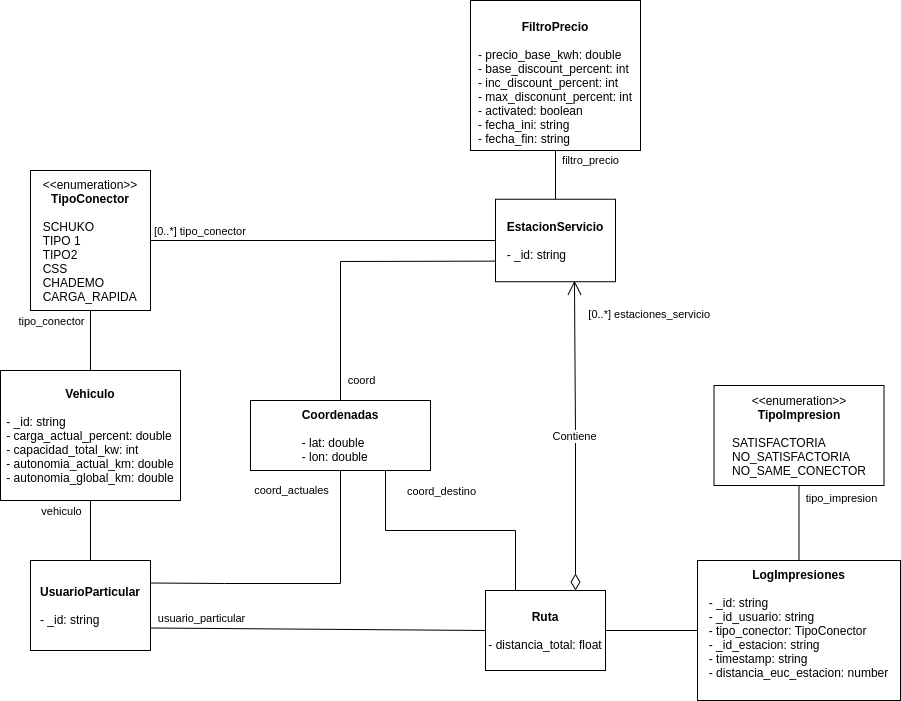
Above: doc/img/diagrama-clases-v1.png in DomingoLopez/Charge-Your-Travel (draw.io), before the change. Source tidied: cells renumbered, new cells last; positions are measured from the earlier drawing's top-left corner, leaving out a move shared by most shapes.
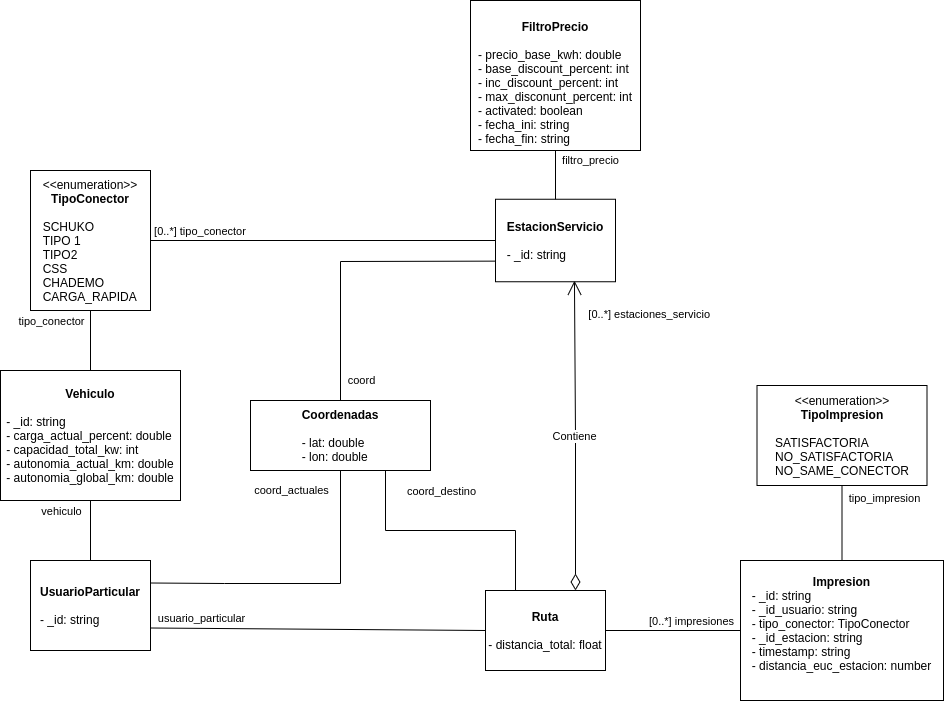
After the commit.

Commit message:
closes #26; Implementada clase Impresion

Change to the diagram source:
```diff
@@ -104,14 +104,19 @@
         <mxPoint x="52" y="3" as="offset" />
       </mxGeometry>
     </mxCell>
-    <mxCell id="26" value="&lt;b&gt;LogImpresiones&lt;/b&gt;&lt;br&gt;&lt;br&gt;&lt;div style=&quot;text-align: left&quot;&gt;- _id: string&lt;/div&gt;&lt;div style=&quot;text-align: left&quot;&gt;- _id_usuario: string&lt;/div&gt;&lt;div style=&quot;text-align: left&quot;&gt;- tipo_conector: TipoConector&lt;/div&gt;&lt;div style=&quot;text-align: left&quot;&gt;- _id_estacion: string&lt;/div&gt;&lt;div style=&quot;text-align: left&quot;&gt;- timestamp: string&lt;/div&gt;&lt;div style=&quot;text-align: left&quot;&gt;- distancia_euc_estacion: number&lt;/div&gt;&lt;div style=&quot;text-align: left&quot;&gt;&lt;br&gt;&lt;/div&gt;" style="rounded=0;whiteSpace=wrap;html=1;align=center;" parent="1" vertex="1">
-      <mxGeometry x="697" y="560" width="203" height="140" as="geometry" />
+    <mxCell id="26" value="&lt;b&gt;Impresion&lt;/b&gt;&lt;br&gt;&lt;div style=&quot;text-align: left&quot;&gt;- _id: string&lt;/div&gt;&lt;div style=&quot;text-align: left&quot;&gt;- _id_usuario: string&lt;/div&gt;&lt;div style=&quot;text-align: left&quot;&gt;- tipo_conector: TipoConector&lt;/div&gt;&lt;div style=&quot;text-align: left&quot;&gt;- _id_estacion: string&lt;/div&gt;&lt;div style=&quot;text-align: left&quot;&gt;- timestamp: string&lt;/div&gt;&lt;div style=&quot;text-align: left&quot;&gt;- distancia_euc_estacion: number&lt;/div&gt;&lt;div style=&quot;text-align: left&quot;&gt;&lt;br&gt;&lt;/div&gt;" style="rounded=0;whiteSpace=wrap;html=1;align=center;" parent="1" vertex="1">
+      <mxGeometry x="740" y="560" width="203" height="140" as="geometry" />
     </mxCell>
     <mxCell id="27" style="endArrow=none;html=1;rounded=0;exitX=1;exitY=0.5;exitDx=0;exitDy=0;entryX=0;entryY=0.5;entryDx=0;entryDy=0;" parent="1" edge="1" source="12" target="26">
       <mxGeometry relative="1" as="geometry" />
     </mxCell>
+    <mxCell id="31" value="[0..*] impresiones" style="edgeLabel;html=1;align=center;verticalAlign=middle;" parent="27" vertex="1">
+      <mxGeometry x="0.49" y="-1" relative="1" as="geometry">
+        <mxPoint x="-15" y="-11" as="offset" />
+      </mxGeometry>
+    </mxCell>
     <mxCell id="28" value="&amp;lt;&amp;lt;enumeration&amp;gt;&amp;gt;&lt;br&gt;&lt;b&gt;TipoImpresion&lt;/b&gt;&lt;br&gt;&lt;br&gt;&lt;div style=&quot;text-align: left&quot;&gt;SATISFACTORIA&lt;/div&gt;&lt;div style=&quot;text-align: left&quot;&gt;NO_SATISFACTORIA&lt;/div&gt;&lt;div style=&quot;text-align: left&quot;&gt;NO_SAME_CONECTOR&lt;/div&gt;" style="rounded=0;whiteSpace=wrap;html=1;align=center;" parent="1" vertex="1">
-      <mxGeometry x="713.5" y="385" width="170" height="100" as="geometry" />
+      <mxGeometry x="756.5" y="385" width="170" height="100" as="geometry" />
     </mxCell>
     <mxCell id="29" style="endArrow=none;html=1;rounded=0;entryX=0.5;entryY=1;entryDx=0;entryDy=0;exitX=0.5;exitY=0;exitDx=0;exitDy=0;" parent="1" edge="1" source="26" target="28">
       <mxGeometry relative="1" as="geometry" />
```
